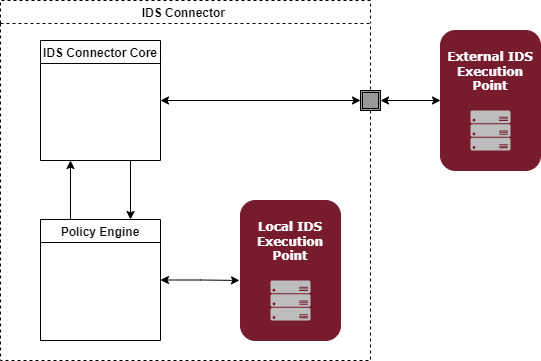
This is documentation/4_Perspectives_of_the_Reference_Architecture_Model/4_1_Security_Perspective/media/Context-information-and-execution-point-PXP.drawio.png from International-Data-Spaces-Association/IDS-RAM_4_0, a draw.io export, as it was before one commit. Source tidied: cells renumbered, new cells last; positions are measured from the earlier drawing's top-left corner, leaving out a move shared by most shapes.
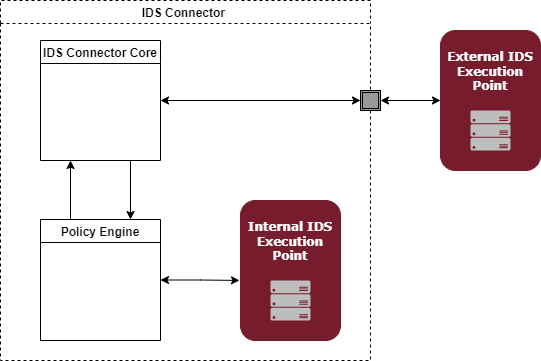
After the change.

Change to the diagram source:
```diff
@@ -20,7 +20,7 @@
     <mxCell id="7" style="endArrow=classic;html=1;rounded=0;exitX=0.75;exitY=1;exitDx=0;exitDy=0;entryX=0.75;entryY=0;entryDx=0;entryDy=0;" parent="3" edge="1" source="6" target="5">
       <mxGeometry relative="1" as="geometry" />
     </mxCell>
-    <mxCell id="8" value="&lt;b style=&quot;color: rgb(255 , 255 , 255) ; font-family: &amp;#34;verdana&amp;#34;&quot;&gt;&lt;font style=&quot;font-size: 12px&quot;&gt;Local IDS Execution Point&lt;br&gt;&lt;br&gt;&lt;br&gt;&lt;br&gt;&lt;br&gt;&lt;/font&gt;&lt;/b&gt;" style="rounded=1;whiteSpace=wrap;html=1;fillColor=#771C2C;strokeColor=#771C2C;" parent="3" vertex="1">
+    <mxCell id="8" value="&lt;b style=&quot;color: rgb(255 , 255 , 255) ; font-family: &amp;#34;verdana&amp;#34;&quot;&gt;&lt;font style=&quot;font-size: 12px&quot;&gt;Internal IDS Execution Point&lt;br&gt;&lt;br&gt;&lt;br&gt;&lt;br&gt;&lt;br&gt;&lt;/font&gt;&lt;/b&gt;" style="rounded=1;whiteSpace=wrap;html=1;fillColor=#771C2C;strokeColor=#771C2C;" parent="3" vertex="1">
       <mxGeometry x="240" y="200" width="100" height="140" as="geometry" />
     </mxCell>
     <mxCell id="9" style="sketch=0;shadow=0;dashed=0;html=1;strokeColor=none;labelPosition=center;verticalLabelPosition=bottom;verticalAlign=top;align=center;fillColor=#BDBDBD;shape=mxgraph.azure.server_rack;" parent="3" vertex="1">
```
